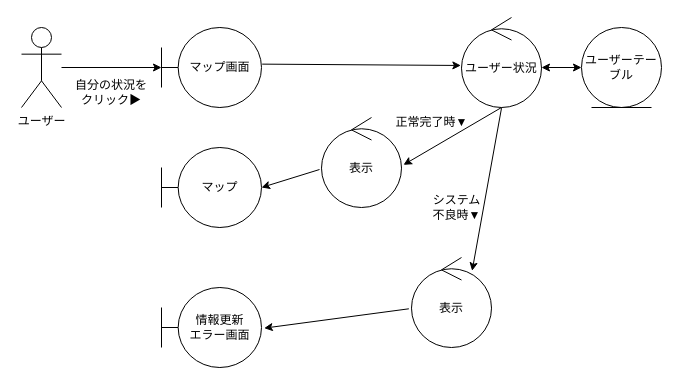
Earlier version of the draw.io diagram page "自身の状況を変更する" (4 of 8) of out/ロバストネス図/ユーザー２-ロバストネス図.drawio (ksw2270227/GroupF). Source tidied: cells renumbered, new cells numbered last; positions are measured from the earlier drawing's top-left corner, leaving out a move shared by most shapes. Both pictures are drawn from the tidied source at 100%, with x=0, y=0 at pixel (21, 17).
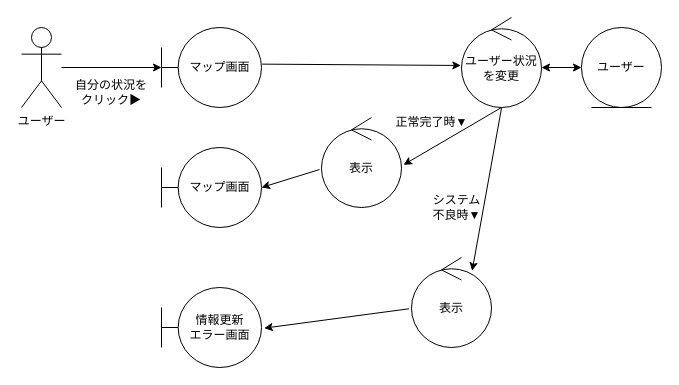
Above is the later version.

Diff of the diagram source:
```diff
@@
-    <mxCell id="4" value="ユーザーテーブル" style="ellipse;shape=umlEntity;whiteSpace=wrap;html=1;" parent="1" vertex="1">
+    <mxCell id="4" value="ユーザー" style="ellipse;shape=umlEntity;whiteSpace=wrap;html=1;" parent="1" vertex="1">
       <mxGeometry x="560" y="10" width="80" height="80" as="geometry" />
     </mxCell>
@@
-    <mxCell id="6" value="マップ" style="shape=umlBoundary;whiteSpace=wrap;html=1;" parent="1" vertex="1">
+    <mxCell id="6" value="マップ画面" style="shape=umlBoundary;whiteSpace=wrap;html=1;" parent="1" vertex="1">
       <mxGeometry x="140" y="130" width="100" height="80" as="geometry" />
     </mxCell>
-    <mxCell id="7" value="ユーザー状況" style="ellipse;shape=umlControl;whiteSpace=wrap;html=1;" parent="1" vertex="1">
+    <mxCell id="7" value="ユーザー状況を変更" style="ellipse;shape=umlControl;whiteSpace=wrap;html=1;" parent="1" vertex="1">
       <mxGeometry x="440" width="80" height="90" as="geometry" />
     </mxCell>
```
